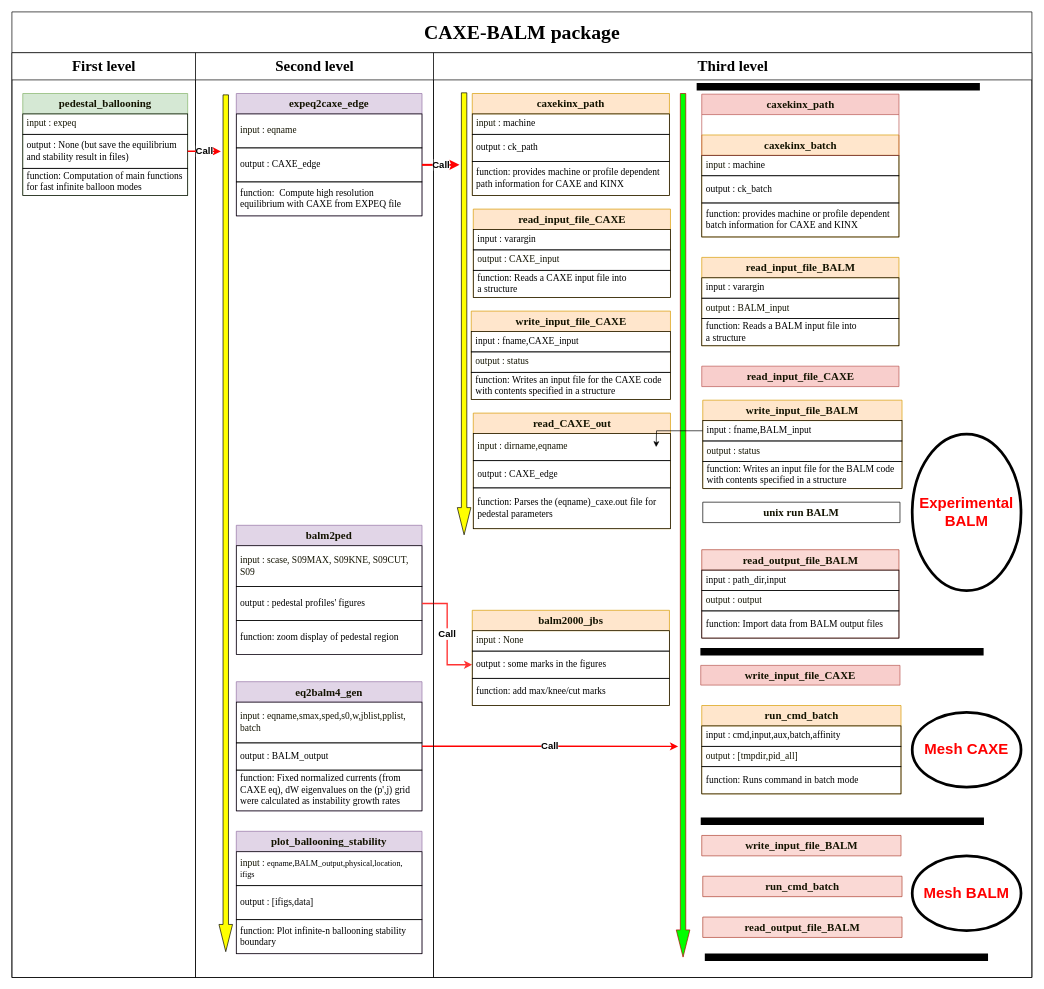
The draw.io diagram page "第 2 页" (2 of 3) of 未命名绘图.drawio in Harry1910356/paizhao, before the edit. Source tidied: cells renumbered, new cells numbered last; positions are measured from the earlier drawing's top-left corner, leaving out a move shared by most shapes. Both pictures are drawn from the tidied source at 68%, with x=0, y=0 at pixel (12, 12).
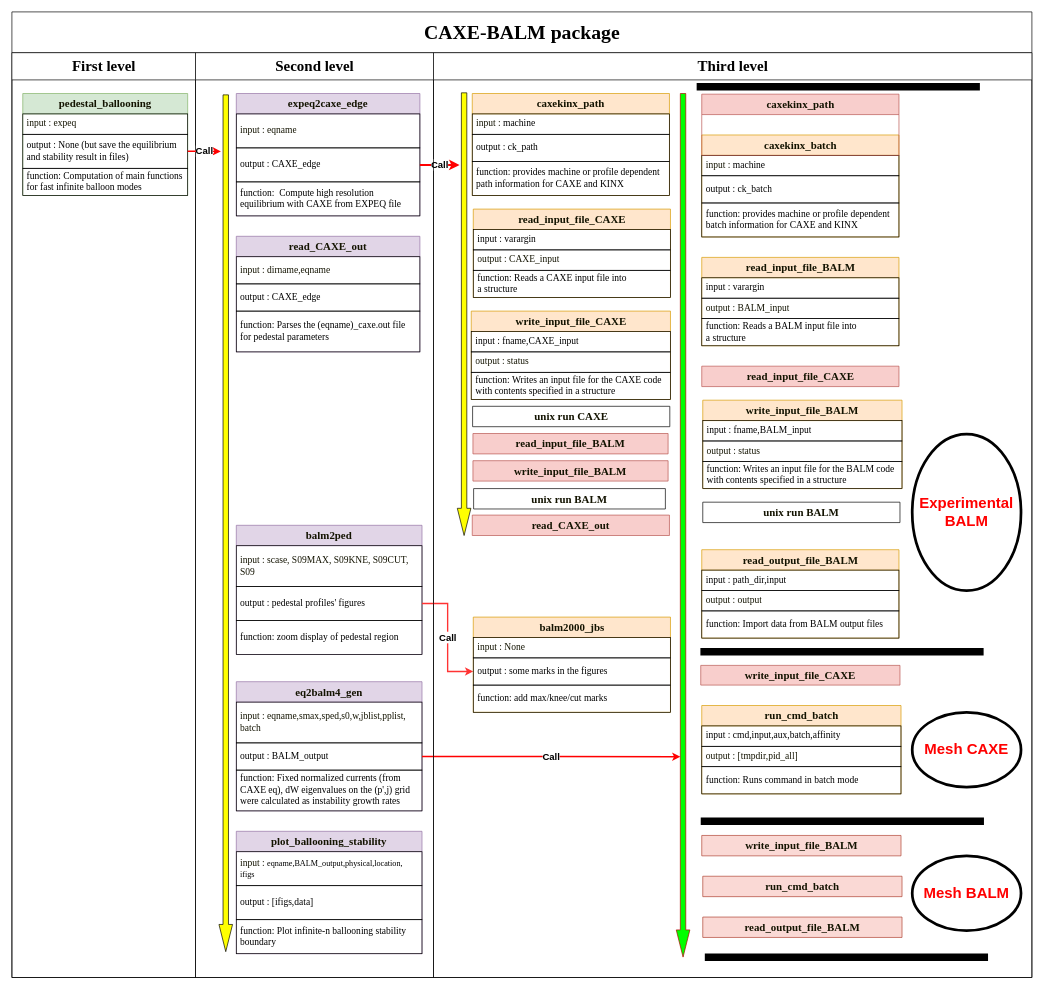
The same diagram, later.

Commit message:
更新未命名绘图.drawio

Unchanged cells that the change refers to:
```xml
<mxCell id="2" value="&lt;font style=&quot;font-size: 29px;&quot;&gt;CAXE-BALM package&lt;/font&gt;" style="swimlane;html=1;startSize=60;rounded=0;shadow=0;comic=0;labelBackgroundColor=none;strokeWidth=1;fontFamily=Times New Roman;fontSize=29;align=center;" parent="1" vertex="1">
  <mxGeometry width="1500" height="1420" as="geometry" />
</mxCell>
<mxCell id="8" value="&lt;font style=&quot;font-size: 22px;&quot;&gt;Second level&lt;/font&gt;" style="swimlane;html=1;startSize=40;fontFamily=Times New Roman;fontSize=22;" parent="2" vertex="1">
  <mxGeometry x="270" y="60" width="350" height="1360" as="geometry" />
</mxCell>
<mxCell id="13" value="&lt;font color=&quot;#131300&quot;&gt;&lt;span style=&quot;font-size: 16px; text-wrap: nowrap;&quot;&gt;&lt;b&gt;eq2balm4_gen&lt;/b&gt;&lt;/span&gt;&lt;/font&gt;" style="swimlane;fontStyle=0;horizontal=1;startSize=30;whiteSpace=wrap;html=1;fillColor=#e1d5e7;strokeColor=#9673a6;fontFamily=Times New Roman;" parent="8" vertex="1">
  <mxGeometry x="60" y="925" width="273.1" height="190" as="geometry" />
</mxCell>
<mxCell id="15" value="&lt;div&gt;&lt;div&gt;&lt;font style=&quot;font-size: 14px;&quot;&gt;output : BALM_output&lt;/font&gt;&lt;/div&gt;&lt;/div&gt;&lt;div&gt;&lt;/div&gt;&lt;div&gt;&lt;/div&gt;" style="text;strokeColor=default;fillColor=none;align=left;verticalAlign=middle;spacingLeft=4;spacingRight=4;overflow=hidden;points=[[0,0.5],[1,0.5]];portConstraint=eastwest;whiteSpace=wrap;html=1;fontFamily=Times New Roman;" parent="13" vertex="1">
  <mxGeometry y="90" width="273.1" height="40" as="geometry" />
</mxCell>
<mxCell id="30" value="&lt;font style=&quot;font-size: 22px;&quot;&gt;Third level&lt;/font&gt;" style="swimlane;html=1;startSize=40;fontFamily=Times New Roman;fontSize=22;" parent="2" vertex="1">
  <mxGeometry x="620" y="60" width="880" height="1360" as="geometry" />
</mxCell>
<mxCell id="62" value="&lt;div style=&quot;font-size: 14px;&quot;&gt;&lt;div style=&quot;font-size: 14px;&quot;&gt;input : fname,BALM_input&lt;/div&gt;&lt;/div&gt;&lt;div style=&quot;font-size: 14px;&quot;&gt;&lt;/div&gt;&lt;div style=&quot;font-size: 14px;&quot;&gt;&lt;/div&gt;" style="text;strokeColor=default;fillColor=none;align=left;verticalAlign=middle;spacingLeft=4;spacingRight=4;overflow=hidden;points=[[0,0.5],[1,0.5]];portConstraint=eastwest;whiteSpace=wrap;html=1;fontFamily=Times New Roman;fontSize=14;" parent="61" vertex="1">
  <mxGeometry y="30" width="293" height="30" as="geometry" />
</mxCell>
<mxCell id="80" style="html=1;shadow=0;dashed=0;align=center;verticalAlign=middle;shape=mxgraph.arrows2.arrow;dy=0.6;dx=40;direction=south;notch=0;fillColor=#00FF00;strokeColor=#B20000;fontColor=#ffffff;" parent="30" vertex="1">
  <mxGeometry x="357" y="60" width="20" height="1270" as="geometry" />
</mxCell>
```

Diff of the diagram source:
```diff
@@
     <mxCell id="9" value="&lt;font color=&quot;#131300&quot;&gt;&lt;span style=&quot;font-size: 16px; text-wrap: nowrap;&quot;&gt;&lt;b&gt;expeq2caxe_edge&lt;/b&gt;&lt;/span&gt;&lt;/font&gt;" style="swimlane;fontStyle=0;horizontal=1;startSize=30;whiteSpace=wrap;html=1;fillColor=#e1d5e7;strokeColor=#9673a6;fontFamily=Times New Roman;" parent="8" vertex="1">
-      <mxGeometry x="60" y="60" width="273.1" height="180" as="geometry" />
+      <mxGeometry x="60" y="60" width="270" height="180" as="geometry" />
     </mxCell>
     <mxCell id="10" value="&lt;font color=&quot;#131300&quot;&gt;&lt;span style=&quot;font-size: 14px; text-wrap: nowrap;&quot;&gt;input : eqname&lt;/span&gt;&lt;br&gt;&lt;/font&gt;" style="text;strokeColor=default;fillColor=none;align=left;verticalAlign=middle;spacingLeft=4;spacingRight=4;overflow=hidden;whiteSpace=wrap;html=1;fontFamily=Times New Roman;" parent="9" vertex="1">
-      <mxGeometry y="30" width="273.1" height="50" as="geometry" />
+      <mxGeometry y="30" width="270" height="50" as="geometry" />
     </mxCell>
     <mxCell id="11" value="&lt;div&gt;&lt;div&gt;&lt;font style=&quot;font-size: 14px;&quot;&gt;output : CAXE_edge&lt;/font&gt;&lt;/div&gt;&lt;/div&gt;&lt;div&gt;&lt;/div&gt;&lt;div&gt;&lt;/div&gt;" style="text;strokeColor=default;fillColor=none;align=left;verticalAlign=middle;spacingLeft=4;spacingRight=4;overflow=hidden;points=[[0,0.5],[1,0.5]];portConstraint=eastwest;whiteSpace=wrap;html=1;fontFamily=Times New Roman;" parent="9" vertex="1">
-      <mxGeometry y="80" width="273.1" height="50" as="geometry" />
+      <mxGeometry y="80" width="270" height="50" as="geometry" />
     </mxCell>
     <mxCell id="12" value="&lt;div&gt;&lt;font style=&quot;font-size: 14px;&quot;&gt;function: &amp;nbsp;Compute high resolution equilibrium with CAXE from EXPEQ file&lt;/font&gt;&lt;/div&gt;" style="text;strokeColor=default;fillColor=none;align=left;verticalAlign=middle;spacingLeft=4;spacingRight=4;overflow=hidden;whiteSpace=wrap;html=1;fontFamily=Times New Roman;" parent="9" vertex="1">
-      <mxGeometry y="130" width="273.1" height="50" as="geometry" />
+      <mxGeometry y="130" width="270" height="50" as="geometry" />
     </mxCell>
@@
+    <mxCell id="88" value="&lt;font color=&quot;#131300&quot;&gt;&lt;span style=&quot;font-size: 16px; text-wrap: nowrap;&quot;&gt;&lt;b&gt;read_CAXE_out&lt;/b&gt;&lt;/span&gt;&lt;/font&gt;" style="swimlane;fontStyle=0;horizontal=1;startSize=30;whiteSpace=wrap;html=1;fillColor=#e1d5e7;strokeColor=#9673a6;fontFamily=Times New Roman;" parent="8" vertex="1">
+      <mxGeometry x="60" y="270" width="270" height="170" as="geometry" />
+    </mxCell>
+    <mxCell id="44" value="&lt;div&gt;&lt;font size=&quot;1&quot; color=&quot;#131300&quot;&gt;&lt;span style=&quot;caret-color: rgb(19, 19, 0); text-wrap: nowrap; font-size: 14px;&quot;&gt;input :&amp;nbsp;&lt;/span&gt;&lt;/font&gt;&lt;span style=&quot;background-color: initial; font-size: 14px; caret-color: rgb(19, 19, 0); text-wrap: nowrap;&quot;&gt;&lt;font color=&quot;#131300&quot;&gt;dirname,eqname&lt;/font&gt;&lt;/span&gt;&lt;/div&gt;" style="text;strokeColor=default;fillColor=none;align=left;verticalAlign=middle;spacingLeft=4;spacingRight=4;overflow=hidden;whiteSpace=wrap;html=1;fontFamily=Times New Roman;" parent="88" vertex="1">
+      <mxGeometry y="30" width="270" height="40" as="geometry" />
+    </mxCell>
+    <mxCell id="45" value="&lt;div&gt;&lt;div&gt;&lt;font style=&quot;font-size: 14px;&quot;&gt;output : CAXE_edge&lt;/font&gt;&lt;/div&gt;&lt;/div&gt;&lt;div&gt;&lt;/div&gt;&lt;div&gt;&lt;/div&gt;" style="text;strokeColor=default;fillColor=none;align=left;verticalAlign=middle;spacingLeft=4;spacingRight=4;overflow=hidden;whiteSpace=wrap;html=1;fontFamily=Times New Roman;" parent="88" vertex="1">
+      <mxGeometry y="70" width="270" height="40" as="geometry" />
+    </mxCell>
+    <mxCell id="46" value="&lt;div&gt;&lt;font style=&quot;font-size: 14px;&quot;&gt;function:&amp;nbsp;&lt;/font&gt;&lt;span style=&quot;background-color: initial;&quot;&gt;&lt;font style=&quot;font-size: 14px;&quot;&gt;Parses the (eqname)_caxe.out file for pedestal parameters&lt;/font&gt;&lt;/span&gt;&lt;/div&gt;" style="text;strokeColor=default;fillColor=none;align=left;verticalAlign=middle;spacingLeft=4;spacingRight=4;overflow=hidden;whiteSpace=wrap;html=1;fontFamily=Times New Roman;" parent="88" vertex="1">
+      <mxGeometry y="110" width="270" height="60" as="geometry" />
+    </mxCell>
@@
-    <mxCell id="29" value="&lt;b&gt;&lt;font style=&quot;font-size: 14px;&quot;&gt;Call&lt;/font&gt;&lt;/b&gt;" style="edgeStyle=orthogonalEdgeStyle;rounded=0;jettySize=auto;html=1;entryX=0.756;entryY=0.858;entryDx=0;entryDy=0;entryPerimeter=0;strokeColor=#FF0000;strokeWidth=2;" parent="2" edge="1" source="13" target="80">
+    <mxCell id="29" value="&lt;b&gt;&lt;font style=&quot;font-size: 14px;&quot;&gt;Call&lt;/font&gt;&lt;/b&gt;" style="edgeStyle=orthogonalEdgeStyle;rounded=0;jettySize=auto;html=1;strokeColor=#FF0000;strokeWidth=2;exitX=1;exitY=0.5;exitDx=0;exitDy=0;entryX=0.768;entryY=0.693;entryDx=0;entryDy=0;entryPerimeter=0;" parent="2" edge="1" source="15" target="80">
       <mxGeometry relative="1" as="geometry" />
     </mxCell>
@@
     <mxCell id="39" value="&lt;font color=&quot;#131300&quot;&gt;&lt;span style=&quot;font-size: 16px; text-wrap: nowrap;&quot;&gt;&lt;b&gt;balm2000_jbs&lt;/b&gt;&lt;/span&gt;&lt;/font&gt;" style="swimlane;fontStyle=0;horizontal=1;startSize=30;whiteSpace=wrap;html=1;fillColor=#ffe6cc;strokeColor=#d79b00;fontFamily=Times New Roman;" parent="30" vertex="1">
-      <mxGeometry x="57" y="820" width="290" height="140" as="geometry" />
+      <mxGeometry x="58.5" y="830" width="290" height="140" as="geometry" />
     </mxCell>
@@
-    <mxCell id="43" value="&lt;font color=&quot;#131300&quot;&gt;&lt;span style=&quot;font-size: 16px; text-wrap: nowrap;&quot;&gt;&lt;b&gt;read_CAXE_out&lt;/b&gt;&lt;/span&gt;&lt;/font&gt;" style="swimlane;fontStyle=0;horizontal=1;startSize=30;whiteSpace=wrap;html=1;fillColor=#ffe6cc;strokeColor=#d79b00;fontFamily=Times New Roman;" parent="30" vertex="1">
-      <mxGeometry x="58.5" y="530" width="290" height="170" as="geometry" />
+    <mxCell id="43" value="&lt;font color=&quot;#131300&quot;&gt;&lt;span style=&quot;font-size: 16px; text-wrap: nowrap;&quot;&gt;&lt;b&gt;read_CAXE_out&lt;/b&gt;&lt;/span&gt;&lt;/font&gt;" style="swimlane;fontStyle=0;horizontal=1;startSize=30;whiteSpace=wrap;html=1;fillColor=#f8cecc;strokeColor=#b85450;fontFamily=Times New Roman;" parent="30" vertex="1">
+      <mxGeometry x="57" y="680" width="290" height="30" as="geometry" />
     </mxCell>
-    <mxCell id="44" value="&lt;div&gt;&lt;font size=&quot;1&quot; color=&quot;#131300&quot;&gt;&lt;span style=&quot;caret-color: rgb(19, 19, 0); text-wrap: nowrap; font-size: 14px;&quot;&gt;input :&amp;nbsp;&lt;/span&gt;&lt;/font&gt;&lt;span style=&quot;background-color: initial; font-size: 14px; caret-color: rgb(19, 19, 0); text-wrap: nowrap;&quot;&gt;&lt;font color=&quot;#131300&quot;&gt;dirname,eqname&lt;/font&gt;&lt;/span&gt;&lt;/div&gt;" style="text;strokeColor=default;fillColor=none;align=left;verticalAlign=middle;spacingLeft=4;spacingRight=4;overflow=hidden;whiteSpace=wrap;html=1;fontFamily=Times New Roman;" parent="43" vertex="1">
-      <mxGeometry y="30" width="290" height="40" as="geometry" />
-    </mxCell>
-    <mxCell id="45" value="&lt;div&gt;&lt;div&gt;&lt;font style=&quot;font-size: 14px;&quot;&gt;output : CAXE_edge&lt;/font&gt;&lt;/div&gt;&lt;/div&gt;&lt;div&gt;&lt;/div&gt;&lt;div&gt;&lt;/div&gt;" style="text;strokeColor=default;fillColor=none;align=left;verticalAlign=middle;spacingLeft=4;spacingRight=4;overflow=hidden;whiteSpace=wrap;html=1;fontFamily=Times New Roman;" parent="43" vertex="1">
-      <mxGeometry y="70" width="290" height="40" as="geometry" />
-    </mxCell>
-    <mxCell id="46" value="&lt;div&gt;&lt;font style=&quot;font-size: 14px;&quot;&gt;function:&amp;nbsp;&lt;/font&gt;&lt;span style=&quot;background-color: initial;&quot;&gt;&lt;font style=&quot;font-size: 14px;&quot;&gt;Parses the (eqname)_caxe.out file for pedestal parameters&lt;/font&gt;&lt;/span&gt;&lt;/div&gt;" style="text;strokeColor=default;fillColor=none;align=left;verticalAlign=middle;spacingLeft=4;spacingRight=4;overflow=hidden;whiteSpace=wrap;html=1;fontFamily=Times New Roman;" parent="43" vertex="1">
-      <mxGeometry y="110" width="290" height="60" as="geometry" />
-    </mxCell>
@@
-    <mxCell id="65" value="&lt;font color=&quot;#131300&quot;&gt;&lt;span style=&quot;font-size: 16px; text-wrap: nowrap;&quot;&gt;&lt;b&gt;read_output_file_BALM&lt;/b&gt;&lt;/span&gt;&lt;/font&gt;" style="swimlane;fontStyle=0;horizontal=1;startSize=30;whiteSpace=wrap;html=1;fillColor=#fad9d5;strokeColor=#ae4132;fontFamily=Times New Roman;" parent="30" vertex="1">
+    <mxCell id="65" value="&lt;font color=&quot;#131300&quot;&gt;&lt;span style=&quot;font-size: 16px; text-wrap: nowrap;&quot;&gt;&lt;b&gt;read_output_file_BALM&lt;/b&gt;&lt;/span&gt;&lt;/font&gt;" style="swimlane;fontStyle=0;horizontal=1;startSize=30;whiteSpace=wrap;html=1;fillColor=#ffe6cc;strokeColor=#d79b00;fontFamily=Times New Roman;" parent="30" vertex="1">
       <mxGeometry x="394.5" y="730.9" width="290" height="130" as="geometry" />
     </mxCell>
@@
     <mxCell id="79" style="html=1;shadow=0;dashed=0;align=center;verticalAlign=middle;shape=mxgraph.arrows2.arrow;dy=0.6;dx=40;direction=south;notch=0;fillColor=#FFFF00;" parent="30" vertex="1">
-      <mxGeometry x="35" y="59" width="20" height="650" as="geometry" />
+      <mxGeometry x="35" y="59" width="20" height="651" as="geometry" />
     </mxCell>
@@
-    <mxCell id="87" style="edgeStyle=orthogonalEdgeStyle;rounded=0;jettySize=auto;html=1;" parent="30" edge="1" source="62">
-      <mxGeometry relative="1" as="geometry">
-        <mxPoint x="327.5" y="580" as="targetPoint" />
-      </mxGeometry>
-    </mxCell>
+    <mxCell id="89" value="&lt;font color=&quot;#131300&quot;&gt;&lt;span style=&quot;font-size: 16px; text-wrap: nowrap;&quot;&gt;&lt;b&gt;unix run CAXE&lt;/b&gt;&lt;/span&gt;&lt;/font&gt;" style="swimlane;fontStyle=0;horizontal=1;startSize=30;whiteSpace=wrap;html=1;fontFamily=Times New Roman;" parent="30" vertex="1">
+      <mxGeometry x="57.5" y="520" width="290" height="30" as="geometry" />
+    </mxCell>
+    <mxCell id="90" value="&lt;font color=&quot;#131300&quot;&gt;&lt;span style=&quot;font-size: 16px; text-wrap: nowrap;&quot;&gt;&lt;b&gt;read_input_file_BALM&lt;/b&gt;&lt;/span&gt;&lt;/font&gt;" style="swimlane;fontStyle=0;horizontal=1;startSize=30;whiteSpace=wrap;html=1;fillColor=#f8cecc;strokeColor=#b85450;fontFamily=Times New Roman;" parent="30" vertex="1">
+      <mxGeometry x="58" y="560" width="287" height="30" as="geometry" />
+    </mxCell>
+    <mxCell id="91" value="&lt;font color=&quot;#131300&quot;&gt;&lt;span style=&quot;font-size: 16px; text-wrap: nowrap;&quot;&gt;&lt;b&gt;write_input_file_BALM&lt;/b&gt;&lt;/span&gt;&lt;/font&gt;" style="swimlane;fontStyle=0;horizontal=1;startSize=30;whiteSpace=wrap;html=1;fillColor=#f8cecc;strokeColor=#b85450;fontFamily=Times New Roman;" parent="30" vertex="1">
+      <mxGeometry x="58" y="600" width="287" height="30" as="geometry" />
+    </mxCell>
+    <mxCell id="92" value="&lt;font color=&quot;#131300&quot;&gt;&lt;span style=&quot;font-size: 16px; text-wrap: nowrap;&quot;&gt;&lt;b&gt;unix run BALM&lt;/b&gt;&lt;/span&gt;&lt;/font&gt;" style="swimlane;fontStyle=0;horizontal=1;startSize=30;whiteSpace=wrap;html=1;fontFamily=Times New Roman;" parent="30" vertex="1">
+      <mxGeometry x="59" y="641" width="282" height="30" as="geometry" />
+    </mxCell>
```
